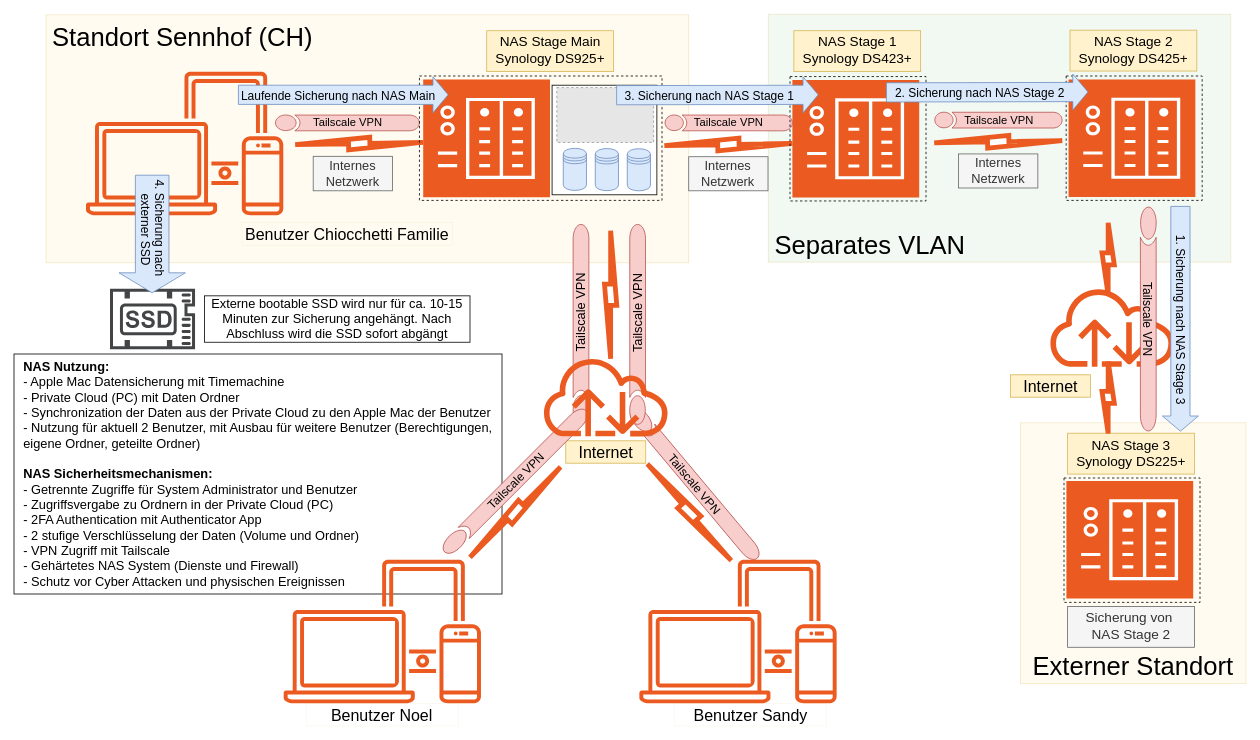
Earlier version of the draw.io diagram Data Management Sennhof.drawio (noelchiocchetti/SmarterTec). Source tidied: cells renumbered, new cells numbered last; positions are measured from the earlier drawing's top-left corner, leaving out a move shared by most shapes. Both pictures are drawn from the tidied source at 80%, with x=0, y=0 at pixel (14, 14). Pictures stored in the file or linked from it are replaced by grey dashed boxes.
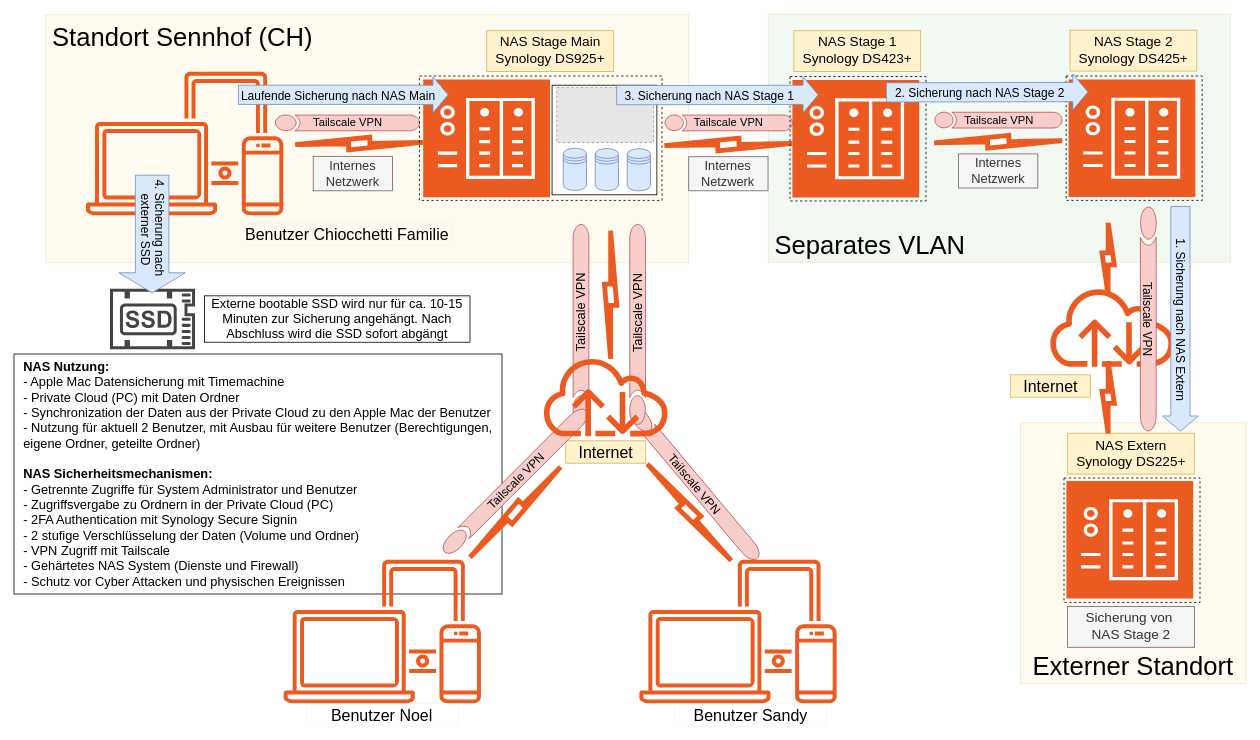
Above is the later version.

Unchanged cells that the change refers to:
```xml
<mxCell id="40" style="shape=flexArrow;endArrow=classic;html=1;rounded=0;width=24;labelPosition=center;verticalLabelPosition=middle;align=right;verticalAlign=middle;fillColor=#dae8fc;strokeColor=#6c8ebf;" parent="1" edge="1">
  <mxGeometry relative="1" as="geometry">
    <mxPoint x="1458" y="240" as="sourcePoint" />
    <mxPoint x="1458" y="522" as="targetPoint" />
  </mxGeometry>
</mxCell>
```

Diff of the diagram source:
```diff
@@
-    <mxCell id="3" value="&lt;div&gt;&lt;div&gt;&lt;b&gt;NAS Nutzung:&lt;/b&gt;&lt;/div&gt;&lt;div&gt;- Apple Mac Datensicherung mit Timemachine&lt;/div&gt;&lt;div&gt;- Private Cloud (PC) mit Daten Ordner&lt;/div&gt;&lt;div&gt;- Synchronization der Daten aus der&amp;nbsp;Private Cloud&amp;nbsp;zu den Apple Mac der Benutzer&amp;nbsp;&lt;/div&gt;&lt;div&gt;- Nutzung für aktuell 2 Benutzer, mit Ausbau für weitere Benutzer (Berechtigungen, eigene Ordner, geteilte Ordner)&lt;/div&gt;&lt;br&gt;&lt;/div&gt;&lt;div&gt;&lt;b&gt;NAS Sicherheitsmechanismen:&lt;/b&gt;&lt;/div&gt;&lt;div&gt;- Getrennte Zugriffe für System Administrator und Benutzer&lt;/div&gt;&lt;div&gt;- Zugriffsvergabe zu Ordnern in der Private Cloud (PC)&lt;/div&gt;&lt;div&gt;- 2FA Authentication mit Authenticator App&lt;/div&gt;&lt;div&gt;- 2 stufige Verschlüsselung der Daten (Volume und Ordner)&lt;/div&gt;&lt;div&gt;- VPN Zugriff mit Tailscale&lt;/div&gt;&lt;div&gt;- Gehärtetes NAS System (Dienste und Firewall)&lt;/div&gt;&lt;div&gt;- Schutz vor Cyber Attacken und physischen Ereignissen&lt;/div&gt;" style="rounded=0;whiteSpace=wrap;html=1;fontSize=16;align=left;spacingLeft=10;spacingRight=2;" parent="1" vertex="1">
+    <mxCell id="3" value="&lt;div&gt;&lt;div&gt;&lt;b&gt;NAS Nutzung:&lt;/b&gt;&lt;/div&gt;&lt;div&gt;- Apple Mac Datensicherung mit Timemachine&lt;/div&gt;&lt;div&gt;- Private Cloud (PC) mit Daten Ordner&lt;/div&gt;&lt;div&gt;- Synchronization der Daten aus der&amp;nbsp;Private Cloud&amp;nbsp;zu den Apple Mac der Benutzer&amp;nbsp;&lt;/div&gt;&lt;div&gt;- Nutzung für aktuell 2 Benutzer, mit Ausbau für weitere Benutzer (Berechtigungen, eigene Ordner, geteilte Ordner)&lt;/div&gt;&lt;br&gt;&lt;/div&gt;&lt;div&gt;&lt;b&gt;NAS Sicherheitsmechanismen:&lt;/b&gt;&lt;/div&gt;&lt;div&gt;- Getrennte Zugriffe für System Administrator und Benutzer&lt;/div&gt;&lt;div&gt;- Zugriffsvergabe zu Ordnern in der Private Cloud (PC)&lt;/div&gt;&lt;div&gt;- 2FA Authentication mit Synology Secure Signin&lt;/div&gt;&lt;div&gt;- 2 stufige Verschlüsselung der Daten (Volume und Ordner)&lt;/div&gt;&lt;div&gt;- VPN Zugriff mit Tailscale&lt;/div&gt;&lt;div&gt;- Gehärtetes NAS System (Dienste und Firewall)&lt;/div&gt;&lt;div&gt;- Schutz vor Cyber Attacken und physischen Ereignissen&lt;/div&gt;" style="rounded=0;whiteSpace=wrap;html=1;fontSize=16;align=left;spacingLeft=10;spacingRight=2;" parent="1" vertex="1">
       <mxGeometry y="425" width="610" height="300" as="geometry" />
     </mxCell>
@@
-    <mxCell id="31" value="&lt;div&gt;NAS Stage 3&lt;/div&gt;&lt;div&gt;Synology DS225+&lt;/div&gt;" style="whiteSpace=wrap;html=1;fillColor=#fff2cc;strokeColor=#d6b656;fontSize=17;" parent="1" vertex="1">
+    <mxCell id="31" value="&lt;div&gt;NAS Extern&lt;/div&gt;&lt;div&gt;Synology DS225+&lt;/div&gt;" style="whiteSpace=wrap;html=1;fillColor=#fff2cc;strokeColor=#d6b656;fontSize=17;" parent="1" vertex="1">
       <mxGeometry x="1317" y="524" width="158.5" height="51.1" as="geometry" />
     </mxCell>
@@
-    <mxCell id="41" value="1. Sicherung nach NAS Stage 3" style="edgeLabel;html=1;align=center;verticalAlign=middle;fontSize=15;labelBackgroundColor=none;rotation=90;" parent="40" vertex="1">
+    <mxCell id="41" value="1. Sicherung nach NAS Extern" style="edgeLabel;html=1;align=center;verticalAlign=middle;fontSize=15;labelBackgroundColor=none;rotation=90;" parent="40" vertex="1">
       <mxGeometry x="-0.42" y="-1" relative="1" as="geometry">
         <mxPoint x="3" y="59" as="offset" />
       </mxGeometry>
     </mxCell>
```
